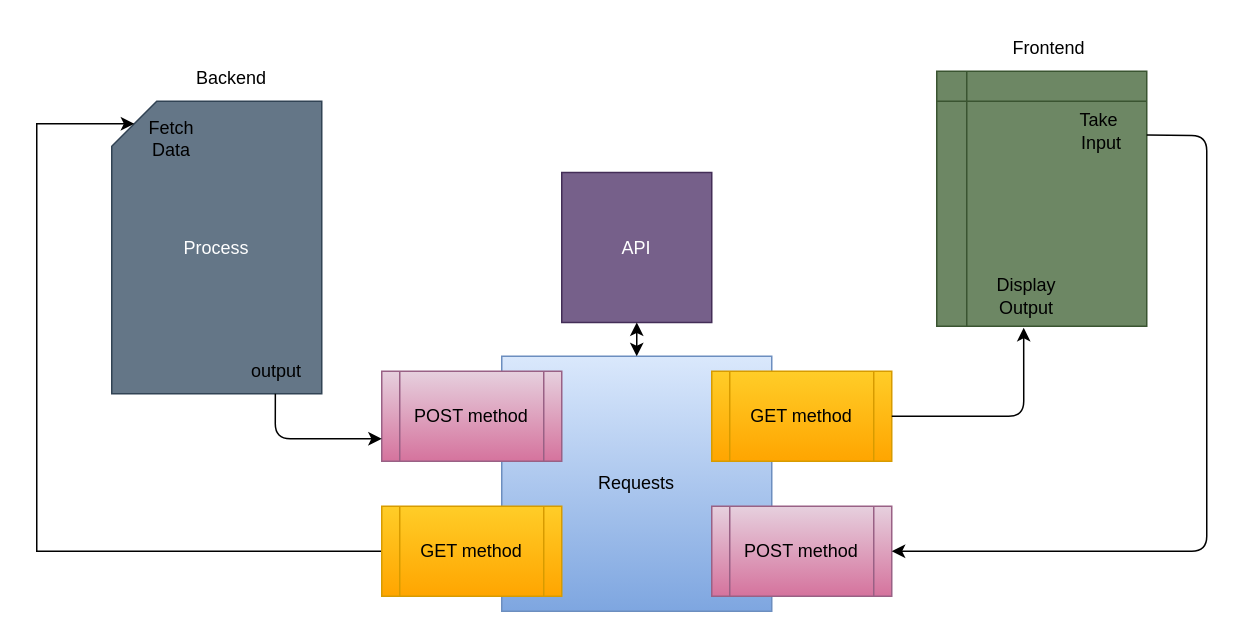
Above: api-proj-env.drawio in jonamadk/DrawIO (draw.io), before the change. Source tidied: cells renumbered, new cells numbered last; positions are measured from the earlier drawing's top-left corner, leaving out a move shared by most shapes. Both pictures are drawn from the tidied source at 150%, with x=0, y=0 at pixel (36, 26).
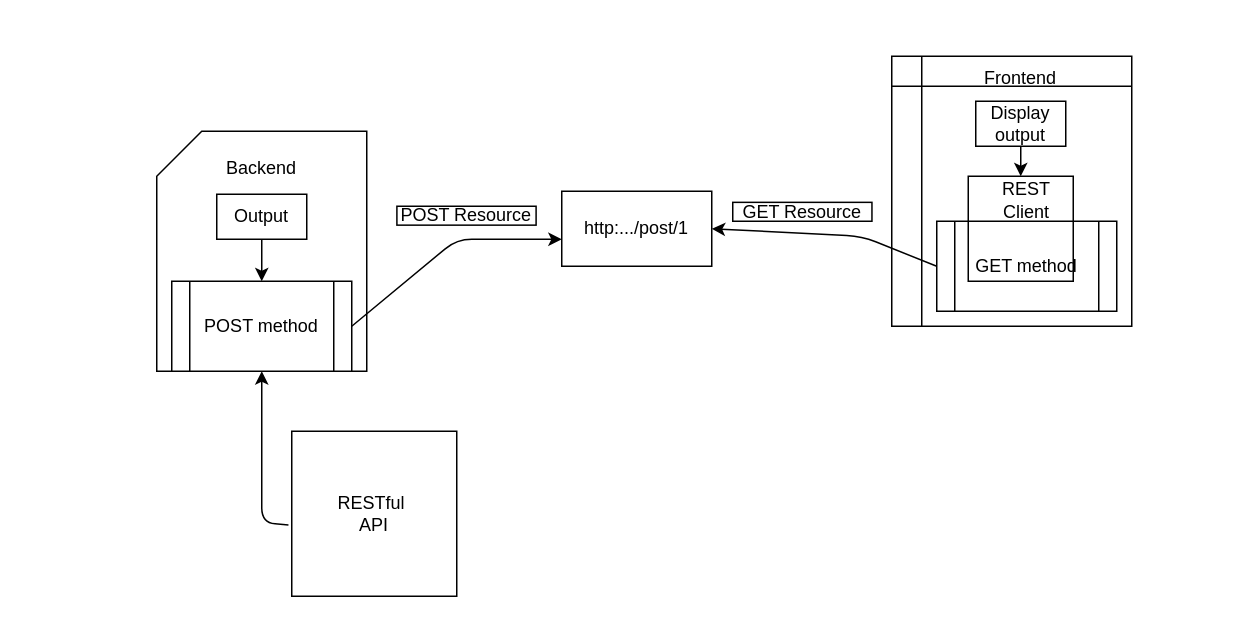
Above is the later version.

Change to the diagram source:
```diff
@@
-    <mxCell id="2" value="API" style="whiteSpace=wrap;html=1;fillColor=#76608a;strokeColor=#432D57;fontColor=#ffffff;" parent="1" vertex="1">
-      <mxGeometry x="350" y="97.5" width="100" height="100" as="geometry" />
-    </mxCell>
-    <mxCell id="3" value="Requests" style="rounded=0;whiteSpace=wrap;html=1;fillColor=#dae8fc;strokeColor=#6c8ebf;gradientColor=#7ea6e0;" parent="1" vertex="1">
-      <mxGeometry x="310" y="220" width="180" height="170" as="geometry" />
+    <mxCell id="3" value="RESTful&amp;nbsp;&lt;br&gt;API" style="rounded=0;whiteSpace=wrap;html=1;" parent="1" vertex="1">
+      <mxGeometry x="170" y="270" width="110" height="110" as="geometry" />
     </mxCell>
-    <mxCell id="4" style="shape=internalStorage;whiteSpace=wrap;html=1;backgroundOutline=1;fillColor=#6d8764;strokeColor=#3A5431;fontColor=#ffffff;" parent="1" vertex="1">
-      <mxGeometry x="600" y="30" width="140" height="170" as="geometry" />
+    <mxCell id="4" style="shape=internalStorage;whiteSpace=wrap;html=1;backgroundOutline=1;" parent="1" vertex="1">
+      <mxGeometry x="570" y="20" width="160" height="180" as="geometry" />
     </mxCell>
-    <mxCell id="5" value="Process" style="shape=card;whiteSpace=wrap;html=1;fillColor=#647687;strokeColor=#314354;fontColor=#ffffff;" parent="1" vertex="1">
-      <mxGeometry x="50" y="50" width="140" height="195" as="geometry" />
+    <mxCell id="5" style="shape=card;whiteSpace=wrap;html=1;" parent="1" vertex="1">
+      <mxGeometry x="80" y="70" width="140" height="160" as="geometry" />
     </mxCell>
     <mxCell id="6" value="Backend" style="text;html=1;strokeColor=none;fillColor=none;align=center;verticalAlign=middle;whiteSpace=wrap;rounded=0;" parent="1" vertex="1">
-      <mxGeometry x="90" y="20" width="80" height="30" as="geometry" />
+      <mxGeometry x="110" y="80" width="80" height="30" as="geometry" />
     </mxCell>
-    <mxCell id="7" style="edgeStyle=orthogonalEdgeStyle;rounded=0;jettySize=auto;html=1;entryX=0;entryY=0;entryDx=15;entryDy=15;entryPerimeter=0;" parent="1" edge="1" source="8" target="5">
-      <mxGeometry relative="1" as="geometry">
-        <Array as="points">
-          <mxPoint y="350" />
-          <mxPoint y="65" />
-        </Array>
-      </mxGeometry>
-    </mxCell>
-    <mxCell id="8" value="GET method" style="shape=process;whiteSpace=wrap;html=1;backgroundOutline=1;fillColor=#ffcd28;strokeColor=#d79b00;gradientColor=#ffa500;" parent="1" vertex="1">
-      <mxGeometry x="230" y="320" width="120" height="60" as="geometry" />
-    </mxCell>
-    <mxCell id="9" value="POST method" style="shape=process;whiteSpace=wrap;html=1;backgroundOutline=1;fillColor=#e6d0de;strokeColor=#996185;gradientColor=#d5739d;" parent="1" vertex="1">
-      <mxGeometry x="450" y="320" width="120" height="60" as="geometry" />
-    </mxCell>
-    <mxCell id="10" value="POST method" style="shape=process;whiteSpace=wrap;html=1;backgroundOutline=1;fillColor=#e6d0de;strokeColor=#996185;gradientColor=#d5739d;" parent="1" vertex="1">
-      <mxGeometry x="230" y="230" width="120" height="60" as="geometry" />
+    <mxCell id="10" value="POST method" style="shape=process;whiteSpace=wrap;html=1;backgroundOutline=1;" parent="1" vertex="1">
+      <mxGeometry x="90" y="170" width="120" height="60" as="geometry" />
     </mxCell>
-    <mxCell id="11" value="GET method" style="shape=process;whiteSpace=wrap;html=1;backgroundOutline=1;fillColor=#ffcd28;strokeColor=#d79b00;gradientColor=#ffa500;" parent="1" vertex="1">
-      <mxGeometry x="450" y="230" width="120" height="60" as="geometry" />
+    <mxCell id="11" value="GET method" style="shape=process;whiteSpace=wrap;html=1;backgroundOutline=1;" parent="1" vertex="1">
+      <mxGeometry x="600" y="130" width="120" height="60" as="geometry" />
     </mxCell>
-    <mxCell id="12" value="Fetch Data" style="text;html=1;strokeColor=none;fillColor=none;align=center;verticalAlign=middle;whiteSpace=wrap;rounded=0;" parent="1" vertex="1">
-      <mxGeometry x="60" y="60" width="60" height="30" as="geometry" />
-    </mxCell>
-    <mxCell id="13" value="output&lt;br&gt;" style="text;html=1;strokeColor=none;fillColor=none;align=center;verticalAlign=middle;whiteSpace=wrap;rounded=0;" parent="1" vertex="1">
-      <mxGeometry x="140" y="220" width="40" height="20" as="geometry" />
-    </mxCell>
-    <mxCell id="14" style="endArrow=classic;html=1;exitX=1;exitY=0.25;exitDx=0;exitDy=0;entryX=1;entryY=0.5;entryDx=0;entryDy=0;" parent="1" edge="1" source="4" target="9">
-      <mxGeometry relative="1" as="geometry">
-        <Array as="points">
-          <mxPoint x="780" y="73" />
-          <mxPoint x="780" y="350" />
-        </Array>
-      </mxGeometry>
-    </mxCell>
-    <mxCell id="15" style="endArrow=classic;html=1;exitX=1;exitY=0.5;exitDx=0;exitDy=0;entryX=0.414;entryY=1.006;entryDx=0;entryDy=0;entryPerimeter=0;" parent="1" edge="1" source="11" target="4">
-      <mxGeometry relative="1" as="geometry">
-        <Array as="points">
-          <mxPoint x="658" y="260" />
-        </Array>
-      </mxGeometry>
-    </mxCell>
-    <mxCell id="16" style="endArrow=classic;html=1;entryX=0;entryY=0.75;entryDx=0;entryDy=0;exitX=0.779;exitY=1;exitDx=0;exitDy=0;exitPerimeter=0;" parent="1" edge="1" source="5" target="10">
-      <mxGeometry relative="1" as="geometry">
-        <Array as="points">
-          <mxPoint x="159" y="275" />
-        </Array>
-      </mxGeometry>
-    </mxCell>
-    <mxCell id="17" style="endArrow=classic;startArrow=classic;html=1;" parent="1" edge="1" source="3" target="2">
-      <mxGeometry relative="1" as="geometry" />
-    </mxCell>
     <mxCell id="18" value="Frontend" style="text;html=1;strokeColor=none;fillColor=none;align=center;verticalAlign=middle;whiteSpace=wrap;rounded=0;" parent="1" vertex="1">
-      <mxGeometry x="630" width="90" height="30" as="geometry" />
+      <mxGeometry x="611" y="20" width="90" height="30" as="geometry" />
     </mxCell>
-    <mxCell id="19" value="Take&amp;nbsp;&lt;br&gt;Input" style="text;html=1;strokeColor=none;fillColor=none;align=center;verticalAlign=middle;whiteSpace=wrap;rounded=0;" parent="1" vertex="1">
-      <mxGeometry x="690" y="60" width="40" height="20" as="geometry" />
-    </mxCell>
-    <mxCell id="20" value="Display Output" style="text;html=1;strokeColor=none;fillColor=none;align=center;verticalAlign=middle;whiteSpace=wrap;rounded=0;" parent="1" vertex="1">
-      <mxGeometry x="640" y="170" width="40" height="20" as="geometry" />
-    </mxCell>
+    <mxCell id="21" value="http:.../post/1" style="rounded=0;whiteSpace=wrap;html=1;" parent="1" vertex="1">
+      <mxGeometry x="350" y="110" width="100" height="50" as="geometry" />
+    </mxCell>
+    <mxCell id="22" style="endArrow=classic;html=1;exitX=1;exitY=0.5;exitDx=0;exitDy=0;" parent="1" edge="1" source="10">
+      <mxGeometry relative="1" as="geometry">
+        <mxPoint x="350" y="142" as="targetPoint" />
+        <Array as="points">
+          <mxPoint x="280" y="142" />
+          <mxPoint x="320" y="142" />
+        </Array>
+      </mxGeometry>
+    </mxCell>
+    <mxCell id="23" style="endArrow=classic;html=1;entryX=0.5;entryY=1;entryDx=0;entryDy=0;exitX=-0.02;exitY=0.568;exitDx=0;exitDy=0;exitPerimeter=0;" parent="1" edge="1" source="3" target="10">
+      <mxGeometry relative="1" as="geometry">
+        <Array as="points">
+          <mxPoint x="150" y="331" />
+        </Array>
+      </mxGeometry>
+    </mxCell>
+    <mxCell id="24" style="endArrow=classic;html=1;entryX=1;entryY=0.5;entryDx=0;entryDy=0;exitX=0;exitY=0.5;exitDx=0;exitDy=0;" parent="1" edge="1" source="11" target="21">
+      <mxGeometry relative="1" as="geometry">
+        <Array as="points">
+          <mxPoint x="550" y="140" />
+        </Array>
+      </mxGeometry>
+    </mxCell>
+    <mxCell id="25" value="Output" style="rounded=0;whiteSpace=wrap;html=1;fillColor=none;" parent="1" vertex="1">
+      <mxGeometry x="120" y="112" width="60" height="30" as="geometry" />
+    </mxCell>
+    <mxCell id="26" style="whiteSpace=wrap;html=1;fillColor=none;" parent="1" vertex="1">
+      <mxGeometry x="621" y="100" width="70" height="70" as="geometry" />
+    </mxCell>
+    <mxCell id="27" value="Display output" style="rounded=0;whiteSpace=wrap;html=1;fillColor=none;" parent="1" vertex="1">
+      <mxGeometry x="626" y="50" width="60" height="30" as="geometry" />
+    </mxCell>
+    <mxCell id="28" style="endArrow=classic;html=1;exitX=0.5;exitY=1;exitDx=0;exitDy=0;entryX=0.5;entryY=0;entryDx=0;entryDy=0;" parent="1" edge="1" source="25" target="10">
+      <mxGeometry relative="1" as="geometry" />
+    </mxCell>
+    <mxCell id="29" value="REST Client" style="text;html=1;strokeColor=none;fillColor=none;align=center;verticalAlign=middle;whiteSpace=wrap;rounded=0;" parent="1" vertex="1">
+      <mxGeometry x="640" y="106" width="40" height="20" as="geometry" />
+    </mxCell>
+    <mxCell id="30" style="endArrow=classic;html=1;entryX=0.5;entryY=0;entryDx=0;entryDy=0;exitX=0.5;exitY=1;exitDx=0;exitDy=0;" parent="1" edge="1" source="27" target="26">
+      <mxGeometry relative="1" as="geometry" />
+    </mxCell>
+    <mxCell id="31" value="POST Resource" style="rounded=0;whiteSpace=wrap;html=1;fillColor=none;rotation=0;" parent="1" vertex="1">
+      <mxGeometry x="240.1" y="120" width="92.8" height="12.6" as="geometry" />
+    </mxCell>
+    <mxCell id="32" value="GET Resource" style="rounded=0;whiteSpace=wrap;html=1;fillColor=none;rotation=0;" parent="1" vertex="1">
+      <mxGeometry x="464" y="117.4" width="92.8" height="12.6" as="geometry" />
+    </mxCell>
```
